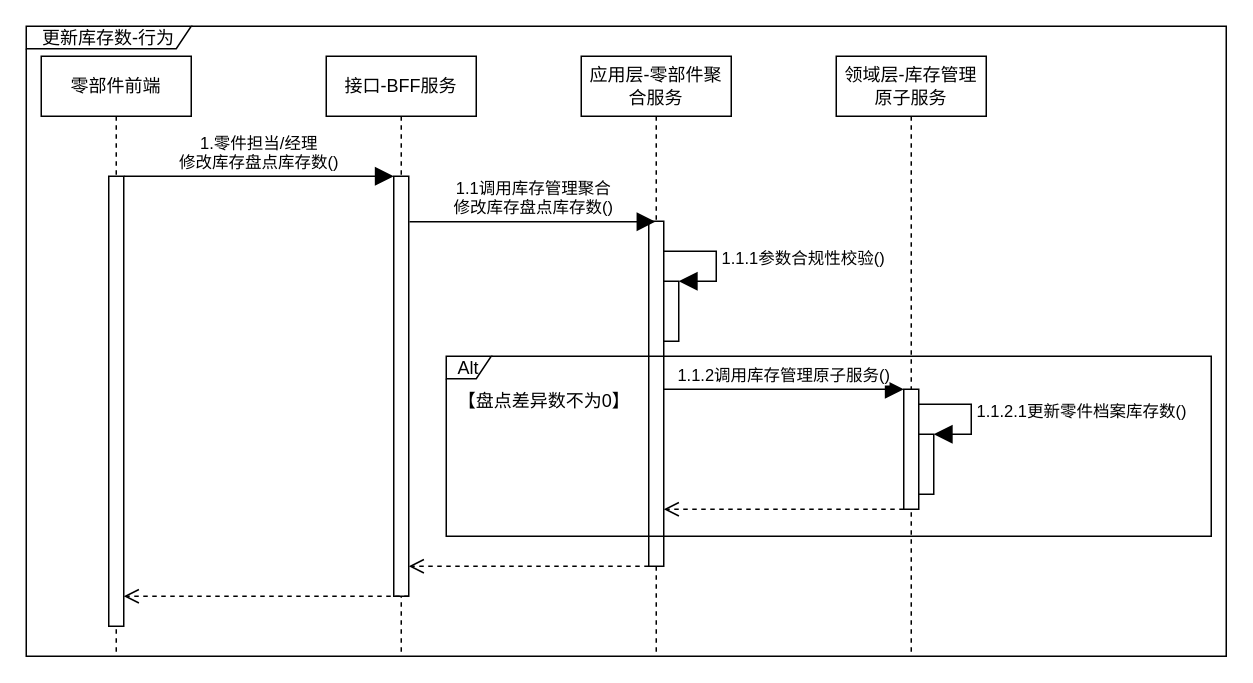
This is page "更新库存数行为图" (4 of 6) of 库存管理-库存盘点.drawio from 1132489442/gitRepository1, a draw.io file, before an edit. Source tidied: cells renumbered, new cells numbered last; positions are measured from the earlier drawing's top-left corner, leaving out a move shared by most shapes. Both pictures are drawn from the tidied source at 150%, with x=0, y=0 at pixel (26, 26).
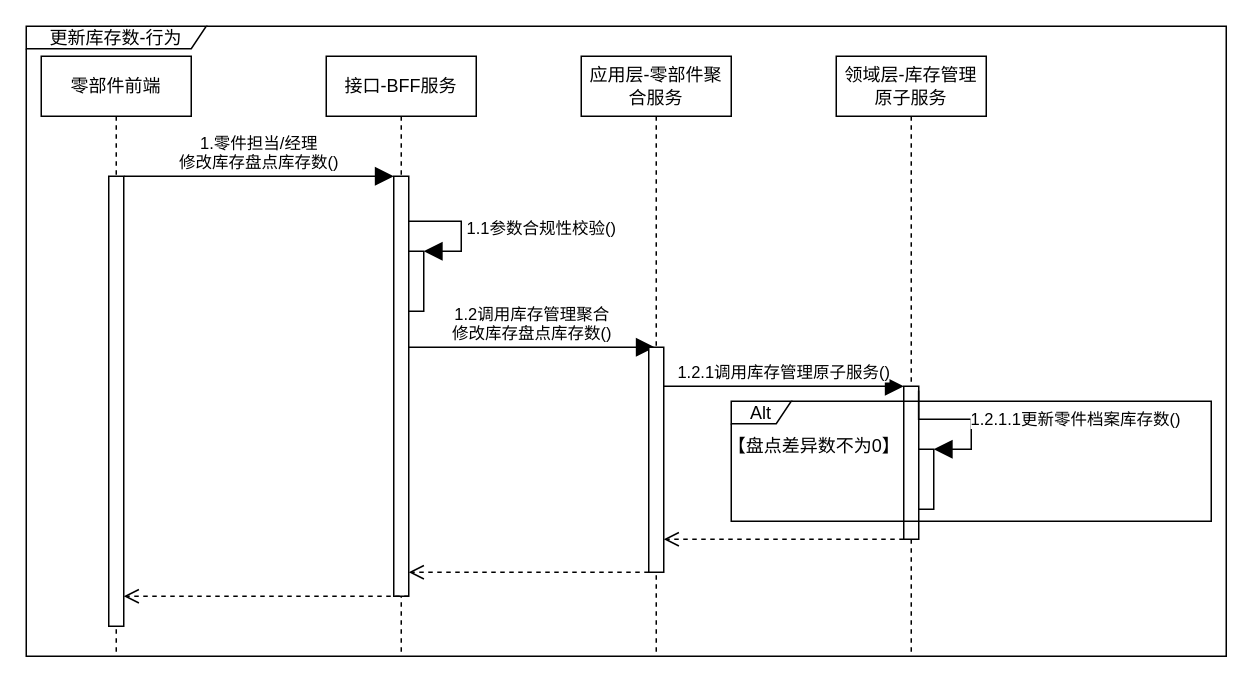
The same page after the edit.

Commit message:
更新库存管理-库存盘点.drawio

Unchanged cells that the change refers to:
```xml
<mxCell id="4" value="接口-BFF服务" style="shape=umlLifeline;perimeter=lifelinePerimeter;whiteSpace=wrap;html=1;fillColor=#FFFFFF;" parent="1" vertex="1">
  <mxGeometry x="200" y="20" width="100" height="400" as="geometry" />
</mxCell>
<mxCell id="7" value="领域层-库存管理原子服务" style="shape=umlLifeline;perimeter=lifelinePerimeter;whiteSpace=wrap;html=1;fillColor=#FFFFFF;" parent="1" vertex="1">
  <mxGeometry x="540" y="20" width="100" height="400" as="geometry" />
</mxCell>
<mxCell id="11" value="应用层-零部件聚合服务" style="shape=umlLifeline;perimeter=lifelinePerimeter;whiteSpace=wrap;html=1;fillColor=#FFFFFF;" parent="1" vertex="1">
  <mxGeometry x="370" y="20" width="100" height="400" as="geometry" />
</mxCell>
```

The edit, as a diff of the source:
```diff
@@
+    <mxCell id="19" value="1.2调用库存管理聚合&lt;br&gt;修改库存盘点库存数()" style="html=1;verticalAlign=bottom;endArrow=block;rounded=0;endSize=10;exitX=1.046;exitY=0.087;exitDx=0;exitDy=0;exitPerimeter=0;" parent="4" edge="1">
+      <mxGeometry relative="1" as="geometry">
+        <mxPoint x="55" y="194" as="sourcePoint" />
+        <mxPoint x="219" y="194" as="targetPoint" />
+      </mxGeometry>
+    </mxCell>
@@
     <mxCell id="8" style="html=1;points=[];perimeter=orthogonalPerimeter;fillColor=#FFFFFF;" parent="7" vertex="1">
-      <mxGeometry x="45" y="222" width="10" height="80" as="geometry" />
+      <mxGeometry x="45" y="220" width="10" height="102" as="geometry" />
     </mxCell>
     <mxCell id="9" style="html=1;points=[];perimeter=orthogonalPerimeter;fillColor=#FFFFFF;" parent="7" vertex="1">
-      <mxGeometry x="55" y="252" width="10" height="40" as="geometry" />
+      <mxGeometry x="55" y="262" width="10" height="40" as="geometry" />
     </mxCell>
-    <mxCell id="10" value="1.1.2.1更新零件档案库存数()" style="edgeStyle=orthogonalEdgeStyle;html=1;align=left;spacingLeft=2;endArrow=block;rounded=0;entryX=1;entryY=0;endSize=10;exitX=0.987;exitY=0.125;exitDx=0;exitDy=0;exitPerimeter=0;" parent="7" edge="1" source="8" target="9">
+    <mxCell id="10" value="1.2.1.1更新零件档案库存数()" style="edgeStyle=orthogonalEdgeStyle;html=1;align=left;spacingLeft=2;endArrow=block;rounded=0;entryX=1;entryY=0;endSize=10;exitX=0.987;exitY=0.125;exitDx=0;exitDy=0;exitPerimeter=0;" parent="7" edge="1" target="9">
       <mxGeometry relative="1" as="geometry">
+        <mxPoint x="54.9" y="222.8" as="sourcePoint" />
         <Array as="points">
-          <mxPoint x="90" y="232" />
-          <mxPoint x="90" y="252" />
+          <mxPoint x="90" y="242" />
+          <mxPoint x="90" y="262" />
         </Array>
       </mxGeometry>
     </mxCell>
@@
     <mxCell id="12" style="html=1;perimeter=orthogonalPerimeter;fillColor=#FFFFFF;" parent="11" vertex="1">
-      <mxGeometry x="45" y="110" width="10" height="230" as="geometry" />
+      <mxGeometry x="45" y="194" width="10" height="150" as="geometry" />
     </mxCell>
     <mxCell id="13" style="html=1;points=[];perimeter=orthogonalPerimeter;fillColor=#FFFFFF;" parent="11" vertex="1">
-      <mxGeometry x="55" y="150" width="10" height="40" as="geometry" />
+      <mxGeometry x="-115" y="130" width="10" height="40" as="geometry" />
     </mxCell>
-    <mxCell id="14" value="1.1.1参数合规性校验()" style="edgeStyle=orthogonalEdgeStyle;html=1;align=left;spacingLeft=2;endArrow=block;rounded=0;entryX=1;entryY=0;endSize=10;" parent="11" edge="1" target="13">
+    <mxCell id="14" value="1.1参数合规性校验()" style="edgeStyle=orthogonalEdgeStyle;html=1;align=left;spacingLeft=2;endArrow=block;rounded=0;entryX=1;entryY=0;endSize=10;" parent="11" edge="1" target="13">
       <mxGeometry relative="1" as="geometry">
-        <mxPoint x="55" y="130" as="sourcePoint" />
+        <mxPoint x="-115" y="110" as="sourcePoint" />
         <Array as="points">
-          <mxPoint x="90" y="130" />
-          <mxPoint x="90" y="150" />
+          <mxPoint x="-80" y="110" />
+          <mxPoint x="-80" y="130" />
         </Array>
       </mxGeometry>
     </mxCell>
@@
-    <mxCell id="16" value="1.1.2调用库存管理原子服务()" style="html=1;verticalAlign=bottom;endArrow=block;entryX=0;entryY=0;rounded=0;endSize=10;" parent="1" edge="1" target="8">
+    <mxCell id="16" value="1.2.1调用库存管理原子服务()" style="html=1;verticalAlign=bottom;endArrow=block;entryX=0;entryY=0;rounded=0;endSize=10;" parent="1" edge="1">
       <mxGeometry relative="1" as="geometry">
-        <mxPoint x="425" y="242" as="sourcePoint" />
+        <mxPoint x="425" y="240" as="sourcePoint" />
+        <mxPoint x="585" y="240" as="targetPoint" />
       </mxGeometry>
     </mxCell>
     <mxCell id="17" style="html=1;verticalAlign=bottom;endArrow=open;dashed=1;endSize=8;exitX=0;exitY=0.95;rounded=0;" parent="1" edge="1">
       <mxGeometry relative="1" as="geometry">
-        <mxPoint x="585" y="322" as="sourcePoint" />
-        <mxPoint x="425" y="322" as="targetPoint" />
+        <mxPoint x="585" y="342" as="sourcePoint" />
+        <mxPoint x="425" y="342" as="targetPoint" />
       </mxGeometry>
     </mxCell>
     <mxCell id="18" style="html=1;verticalAlign=bottom;endArrow=open;dashed=1;endSize=8;exitX=0;exitY=0.95;rounded=0;" parent="1" edge="1">
       <mxGeometry relative="1" as="geometry">
-        <mxPoint x="415" y="360" as="sourcePoint" />
-        <mxPoint x="255" y="360" as="targetPoint" />
+        <mxPoint x="415" y="364" as="sourcePoint" />
+        <mxPoint x="255" y="364" as="targetPoint" />
       </mxGeometry>
     </mxCell>
-    <mxCell id="19" value="1.1调用库存管理聚合&lt;br&gt;修改库存盘点库存数()" style="html=1;verticalAlign=bottom;endArrow=block;rounded=0;endSize=10;exitX=1.046;exitY=0.087;exitDx=0;exitDy=0;exitPerimeter=0;" parent="1" edge="1">
-      <mxGeometry relative="1" as="geometry">
-        <mxPoint x="255.5" y="130.3" as="sourcePoint" />
-        <mxPoint x="419.5" y="130.3" as="targetPoint" />
-      </mxGeometry>
-    </mxCell>
+    <mxCell id="21" value="【盘点差异数不为0】" style="text;html=1;align=center;verticalAlign=middle;strokeColor=none;fillColor=none;" parent="1" vertex="1">
+      <mxGeometry x="460" y="270" width="130" height="20" as="geometry" />
+    </mxCell>
-    <mxCell id="20" value="Alt" style="shape=umlFrame;whiteSpace=wrap;html=1;width=30;height=15;" parent="1" vertex="1">
-      <mxGeometry x="280" y="220" width="510" height="120" as="geometry" />
+    <mxCell id="20" value="Alt" style="shape=umlFrame;whiteSpace=wrap;html=1;width=40;height=15;" parent="1" vertex="1">
+      <mxGeometry x="470" y="250" width="320" height="80" as="geometry" />
     </mxCell>
-    <mxCell id="21" value="【盘点差异数不为0】" style="text;html=1;align=center;verticalAlign=middle;strokeColor=none;fillColor=none;" parent="1" vertex="1">
-      <mxGeometry x="280" y="240" width="130" height="20" as="geometry" />
-    </mxCell>
-    <mxCell id="22" value="更新库存数-行为" style="shape=umlFrame;whiteSpace=wrap;html=1;width=110;height=15;" parent="1" vertex="1">
+    <mxCell id="22" value="更新库存数-行为" style="shape=umlFrame;whiteSpace=wrap;html=1;width=120;height=15;" parent="1" vertex="1">
       <mxGeometry width="800" height="420" as="geometry" />
     </mxCell>
```
